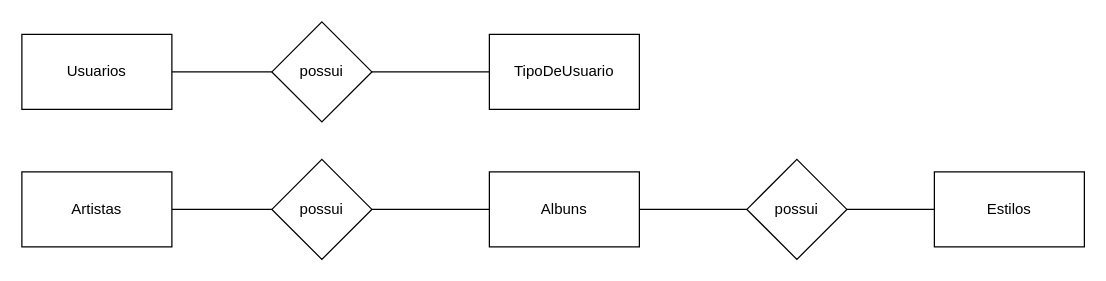
The draw.io diagram page "Conceitual" (1 of 2) of exercicios/1.4/merex1.4.drawio in Mateusrodrigues75/senai2s_sprint1_bd, before the edit. Source tidied: cells renumbered, new cells numbered last; positions are measured from the earlier drawing's top-left corner, leaving out a move shared by most shapes. Both pictures are drawn from the tidied source at 125%, with x=0, y=0 at pixel (21, 21).
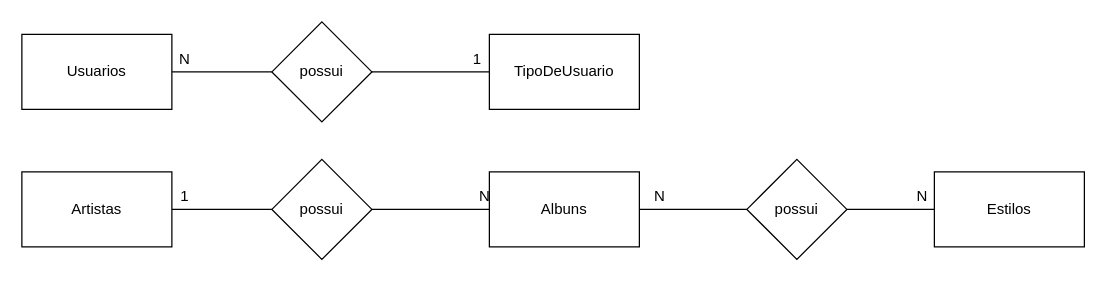
The same diagram, later.

Diff of the diagram source:
```diff
@@
+    <mxCell id="16" value="N" style="text;html=1;align=center;verticalAlign=middle;" parent="1" vertex="1">
+      <mxGeometry x="120" y="20" width="20" height="20" as="geometry" />
+    </mxCell>
+    <mxCell id="17" value="1" style="text;html=1;align=center;verticalAlign=middle;" parent="1" vertex="1">
+      <mxGeometry x="354" y="20" width="20" height="20" as="geometry" />
+    </mxCell>
+    <mxCell id="18" value="1" style="text;html=1;align=center;verticalAlign=middle;" parent="1" vertex="1">
+      <mxGeometry x="120" y="130" width="20" height="20" as="geometry" />
+    </mxCell>
+    <mxCell id="19" value="N" style="text;html=1;align=center;verticalAlign=middle;" parent="1" vertex="1">
+      <mxGeometry x="360" y="130" width="20" height="20" as="geometry" />
+    </mxCell>
+    <mxCell id="20" value="N" style="text;html=1;align=center;verticalAlign=middle;" parent="1" vertex="1">
+      <mxGeometry x="710" y="130" width="20" height="20" as="geometry" />
+    </mxCell>
+    <mxCell id="21" value="N" style="text;html=1;align=center;verticalAlign=middle;" parent="1" vertex="1">
+      <mxGeometry x="500" y="130" width="20" height="20" as="geometry" />
+    </mxCell>
```
